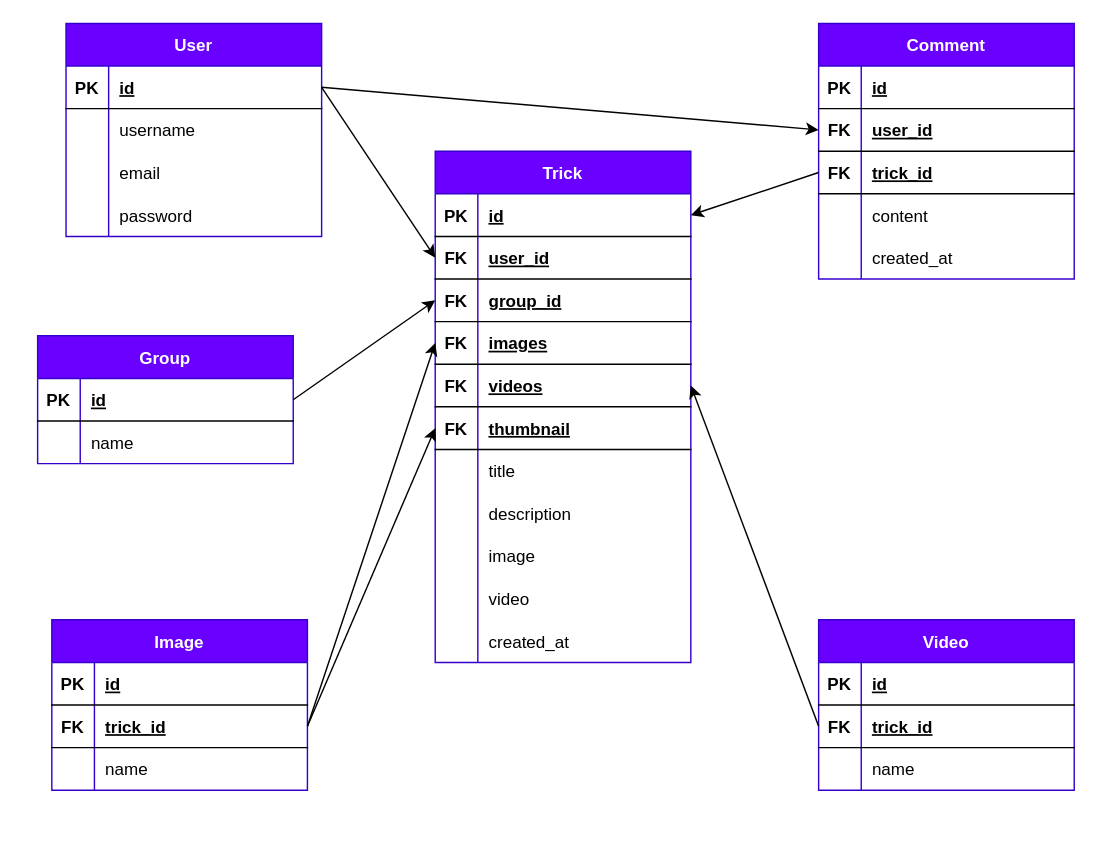
This is .diagrams/sources/MPD.drawio from tomcdj71-openclassrooms/Snowtricks, a draw.io file, before an edit. Source tidied: cells renumbered, new cells numbered last; positions are measured from the earlier drawing's top-left corner, leaving out a move shared by most shapes. Both pictures are drawn from the tidied source at 142%, with x=0, y=0 at pixel (37, 23).
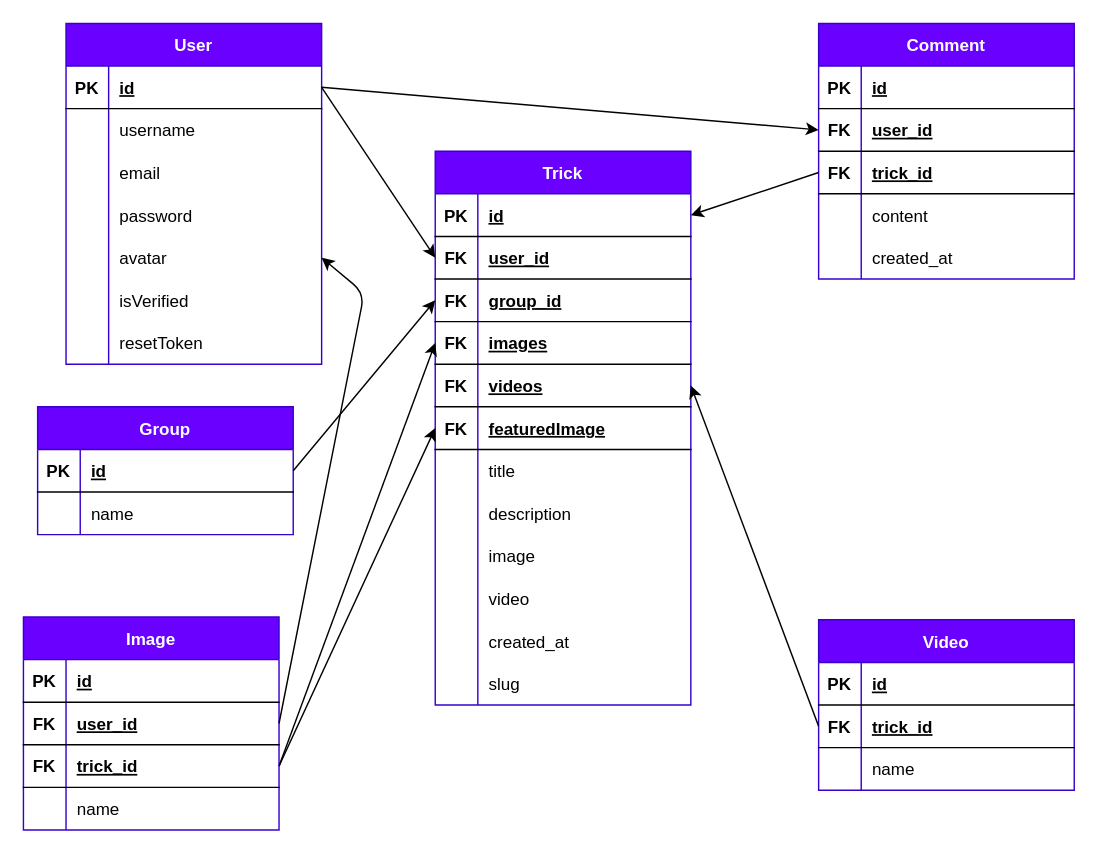
The same diagram, later.

The change refers to these unchanged cells:
```xml
<mxCell id="31" style="shape=tableRow;horizontal=0;startSize=0;swimlaneHead=0;swimlaneBody=0;fillColor=none;points=[[0,0.5],[1,0.5]];portConstraint=eastwest;top=0;left=0;right=0;bottom=1;" parent="15" vertex="1">
  <mxGeometry y="180" width="180" height="30" as="geometry" />
</mxCell>
```

Change to the diagram source:
```diff
@@
     <mxCell id="2" value="User" style="shape=table;startSize=30;childLayout=tableLayout;rowLines=0;fontStyle=1;align=center;fillColor=#6a00ff;fontColor=#ffffff;strokeColor=#3700CC;" parent="1" vertex="1">
-      <mxGeometry x="20" width="180" height="150" as="geometry" />
+      <mxGeometry x="20" width="180" height="240" as="geometry" />
     </mxCell>
@@
+    <mxCell id="99" style="shape=tableRow;horizontal=0;startSize=0;swimlaneHead=0;swimlaneBody=0;fillColor=none;points=[[0,0.5],[1,0.5]];portConstraint=eastwest;top=0;left=0;right=0;bottom=0;" parent="2" vertex="1">
+      <mxGeometry y="150" width="180" height="30" as="geometry" />
+    </mxCell>
+    <mxCell id="100" style="shape=partialRectangle;fillColor=none;top=0;left=0;bottom=0;right=0;overflow=hidden;" parent="99" vertex="1">
+      <mxGeometry width="30" height="30" as="geometry" />
+    </mxCell>
+    <mxCell id="101" value="avatar" style="shape=partialRectangle;fillColor=none;top=0;left=0;bottom=0;right=0;align=left;spacingLeft=6;overflow=hidden;" parent="99" vertex="1">
+      <mxGeometry x="30" width="150" height="30" as="geometry" />
+    </mxCell>
+    <mxCell id="102" style="shape=tableRow;horizontal=0;startSize=0;swimlaneHead=0;swimlaneBody=0;fillColor=none;top=0;left=0;right=0;bottom=0;" parent="2" vertex="1">
+      <mxGeometry y="180" width="180" height="30" as="geometry" />
+    </mxCell>
+    <mxCell id="103" style="shape=partialRectangle;fillColor=none;top=0;left=0;bottom=0;right=0;overflow=hidden;" parent="102" vertex="1">
+      <mxGeometry width="30" height="30" as="geometry" />
+    </mxCell>
+    <mxCell id="104" value="isVerified" style="shape=partialRectangle;fillColor=none;top=0;left=0;bottom=0;right=0;align=left;spacingLeft=6;overflow=hidden;" parent="102" vertex="1">
+      <mxGeometry x="30" width="150" height="30" as="geometry" />
+    </mxCell>
+    <mxCell id="105" style="shape=tableRow;horizontal=0;startSize=0;swimlaneHead=0;swimlaneBody=0;fillColor=none;top=0;left=0;right=0;bottom=0;" parent="2" vertex="1">
+      <mxGeometry y="210" width="180" height="30" as="geometry" />
+    </mxCell>
+    <mxCell id="106" style="shape=partialRectangle;fillColor=none;top=0;left=0;bottom=0;right=0;overflow=hidden;" parent="105" vertex="1">
+      <mxGeometry width="30" height="30" as="geometry" />
+    </mxCell>
+    <mxCell id="107" value="resetToken" style="shape=partialRectangle;fillColor=none;top=0;left=0;bottom=0;right=0;align=left;spacingLeft=6;overflow=hidden;" parent="105" vertex="1">
+      <mxGeometry x="30" width="150" height="30" as="geometry" />
+    </mxCell>
     <mxCell id="15" value="Trick" style="shape=table;startSize=30;childLayout=tableLayout;rowLines=0;fontStyle=1;align=center;fillColor=#6a00ff;fontColor=#ffffff;strokeColor=#3700CC;" parent="1" vertex="1">
-      <mxGeometry x="280" y="90" width="180" height="360" as="geometry" />
+      <mxGeometry x="280" y="90" width="180" height="390" as="geometry" />
     </mxCell>
@@
-    <mxCell id="33" value="thumbnail" style="shape=partialRectangle;fillColor=none;top=0;left=0;bottom=0;right=0;align=left;spacingLeft=6;fontStyle=5;overflow=hidden;" parent="31" vertex="1">
+    <mxCell id="33" value="featuredImage" style="shape=partialRectangle;fillColor=none;top=0;left=0;bottom=0;right=0;align=left;spacingLeft=6;fontStyle=5;overflow=hidden;" parent="31" vertex="1">
       <mxGeometry x="30" width="150" height="30" as="geometry" />
     </mxCell>
@@
+    <mxCell id="108" style="shape=tableRow;horizontal=0;startSize=0;swimlaneHead=0;swimlaneBody=0;fillColor=none;top=0;left=0;right=0;bottom=0;" parent="15" vertex="1">
+      <mxGeometry y="360" width="180" height="30" as="geometry" />
+    </mxCell>
+    <mxCell id="109" style="shape=partialRectangle;fillColor=none;top=0;left=0;bottom=0;right=0;overflow=hidden;" parent="108" vertex="1">
+      <mxGeometry width="30" height="30" as="geometry" />
+    </mxCell>
+    <mxCell id="110" value="slug" style="shape=partialRectangle;fillColor=none;top=0;left=0;bottom=0;right=0;align=left;spacingLeft=6;overflow=hidden;" parent="108" vertex="1">
+      <mxGeometry x="30" width="150" height="30" as="geometry" />
+    </mxCell>
     <mxCell id="49" value="Group" style="shape=table;startSize=30;childLayout=tableLayout;rowLines=0;fontStyle=1;align=center;fillColor=#6a00ff;fontColor=#ffffff;strokeColor=#3700CC;" parent="1" vertex="1">
-      <mxGeometry y="220" width="180" height="90" as="geometry" />
+      <mxGeometry y="270" width="180" height="90" as="geometry" />
     </mxCell>
@@
     <mxCell id="76" value="Image" style="shape=table;startSize=30;childLayout=tableLayout;rowLines=0;fontStyle=1;align=center;fillColor=#6a00ff;fontColor=#ffffff;strokeColor=#3700CC;" parent="1" vertex="1">
-      <mxGeometry x="10" y="420" width="180" height="120" as="geometry" />
+      <mxGeometry x="-10" y="418" width="180" height="150" as="geometry" />
     </mxCell>
@@
+    <mxCell id="111" style="shape=tableRow;horizontal=0;startSize=0;swimlaneHead=0;swimlaneBody=0;fillColor=none;points=[[0,0.5],[1,0.5]];portConstraint=eastwest;top=0;left=0;right=0;bottom=1;" parent="76" vertex="1">
+      <mxGeometry y="60" width="180" height="30" as="geometry" />
+    </mxCell>
+    <mxCell id="112" value="FK" style="shape=partialRectangle;fillColor=none;top=0;left=0;bottom=0;right=0;fontStyle=1;overflow=hidden;" parent="111" vertex="1">
+      <mxGeometry width="30" height="30" as="geometry" />
+    </mxCell>
+    <mxCell id="113" value="user_id" style="shape=partialRectangle;fillColor=none;top=0;left=0;bottom=0;right=0;align=left;spacingLeft=6;fontStyle=5;overflow=hidden;" parent="111" vertex="1">
+      <mxGeometry x="30" width="150" height="30" as="geometry" />
+    </mxCell>
     <mxCell id="80" style="shape=tableRow;horizontal=0;startSize=0;swimlaneHead=0;swimlaneBody=0;fillColor=none;points=[[0,0.5],[1,0.5]];portConstraint=eastwest;top=0;left=0;right=0;bottom=1;" parent="76" vertex="1">
-      <mxGeometry y="60" width="180" height="30" as="geometry" />
+      <mxGeometry y="90" width="180" height="30" as="geometry" />
     </mxCell>
@@
     <mxCell id="83" style="shape=tableRow;horizontal=0;startSize=0;swimlaneHead=0;swimlaneBody=0;fillColor=none;top=0;left=0;right=0;bottom=0;" parent="76" vertex="1">
-      <mxGeometry y="90" width="180" height="30" as="geometry" />
+      <mxGeometry y="120" width="180" height="30" as="geometry" />
     </mxCell>
@@
+    <mxCell id="114" style="edgeStyle=none;html=1;exitX=1;exitY=0.5;exitDx=0;exitDy=0;entryX=1;entryY=0.5;entryDx=0;entryDy=0;" parent="1" edge="1" source="111" target="99">
+      <mxGeometry relative="1" as="geometry">
+        <Array as="points">
+          <mxPoint x="230" y="190" />
+        </Array>
+      </mxGeometry>
+    </mxCell>
```
